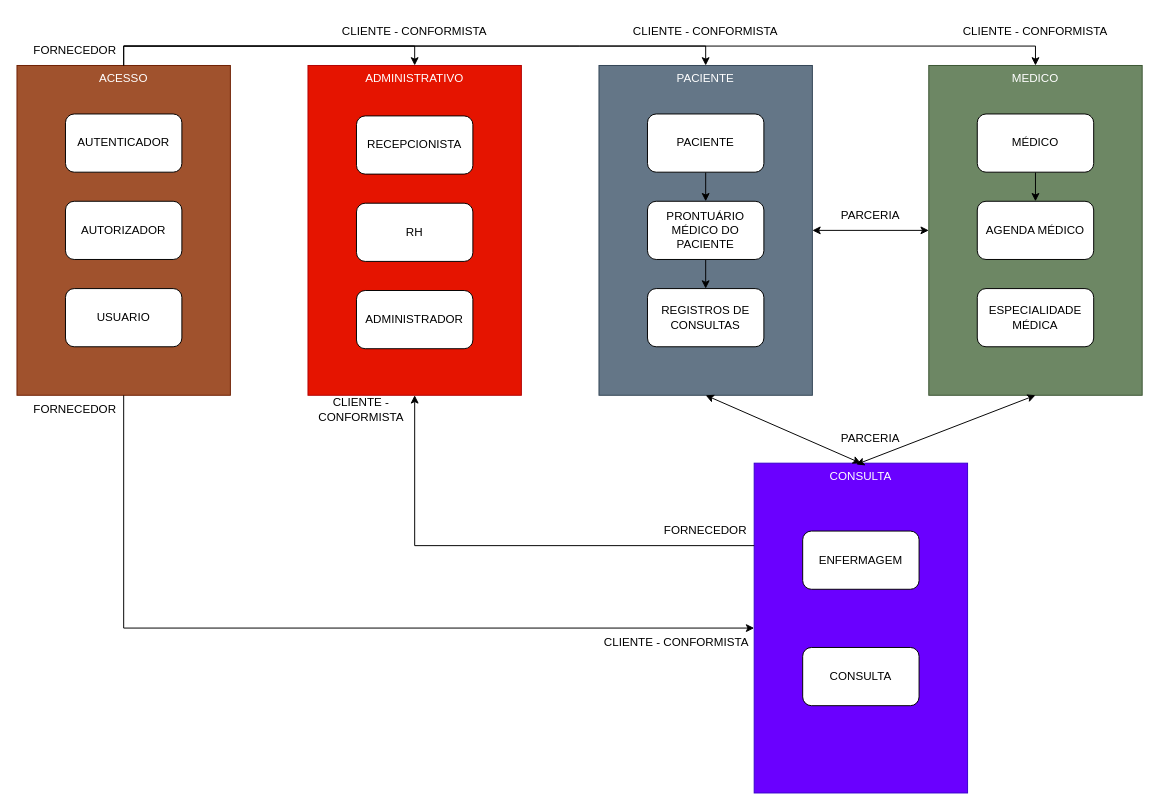
Earlier version of the draw.io diagram page "CONTEXTOS DELIMITADOS" (2 of 2) of documentacao/ddd/dddAloDoutor.drawio (AlexJussiani/AloDOutor). Source tidied: cells renumbered, new cells numbered last; positions are measured from the earlier drawing's top-left corner, leaving out a move shared by most shapes. Both pictures are drawn from the tidied source at 97%, with x=0, y=0 at pixel (16, 16).
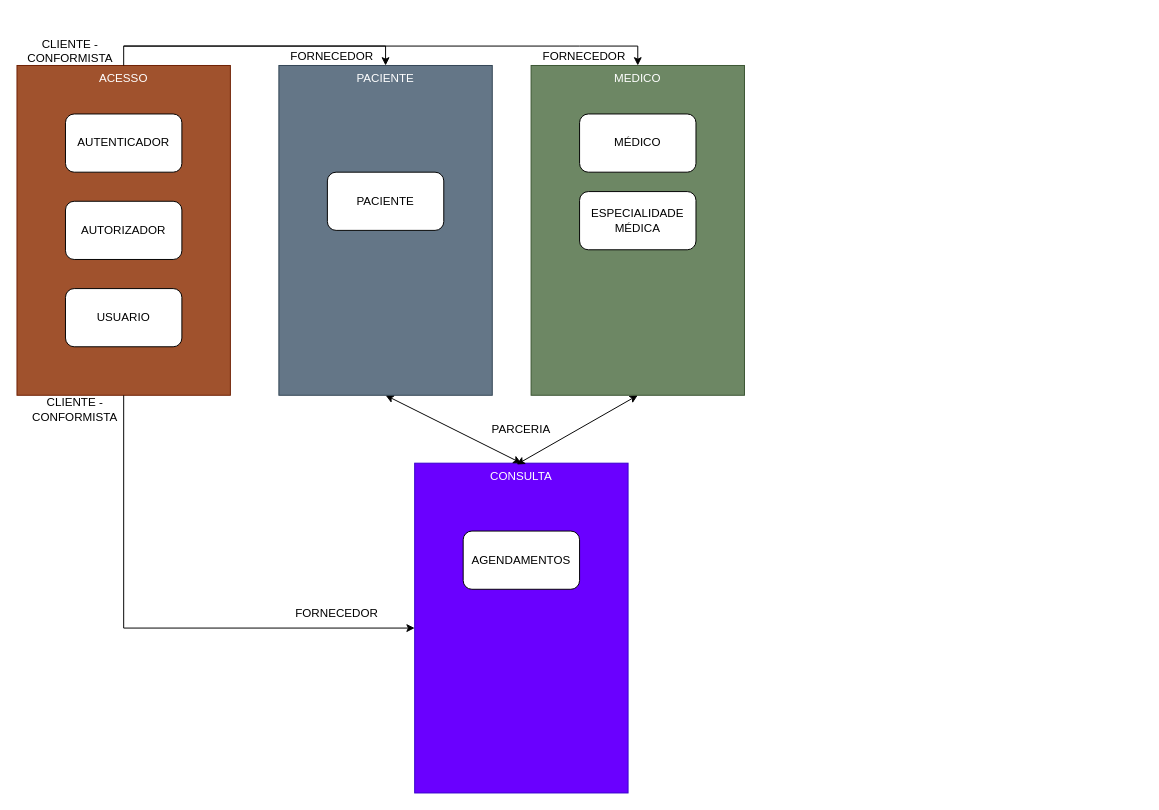
The same page after the edit.

The change refers to these unchanged cells:
```xml
<mxCell id="21" value="CONSULTA" style="rounded=0;whiteSpace=wrap;html=1;verticalAlign=top;fillColor=#6a00ff;strokeColor=#3700CC;fontColor=#ffffff;" parent="20" vertex="1">
  <mxGeometry width="220" height="340" as="geometry" />
</mxCell>
<mxCell id="25" value="ACESSO" style="rounded=0;whiteSpace=wrap;html=1;verticalAlign=top;fillColor=#a0522d;fontColor=#ffffff;strokeColor=#6D1F00;" parent="24" vertex="1">
  <mxGeometry width="220" height="340" as="geometry" />
</mxCell>
```

What changed in the source:
```diff
@@
-    <mxCell id="2" style="group;" parent="1" vertex="1">
-      <mxGeometry x="300" y="50" width="220" height="340" as="geometry" />
-    </mxCell>
-    <mxCell id="3" value="ADMINISTRATIVO" style="rounded=0;whiteSpace=wrap;html=1;verticalAlign=top;fillColor=#e51400;strokeColor=#B20000;fontColor=#ffffff;" parent="2" vertex="1">
-      <mxGeometry width="220" height="340" as="geometry" />
-    </mxCell>
-    <mxCell id="4" value="RH" style="rounded=1;whiteSpace=wrap;html=1;" parent="2" vertex="1">
-      <mxGeometry x="50" y="142" width="120" height="60" as="geometry" />
-    </mxCell>
-    <mxCell id="5" value="RECEPCIONISTA" style="rounded=1;whiteSpace=wrap;html=1;" parent="2" vertex="1">
-      <mxGeometry x="50" y="52" width="120" height="60" as="geometry" />
-    </mxCell>
-    <mxCell id="6" value="ADMINISTRADOR" style="rounded=1;whiteSpace=wrap;html=1;" parent="2" vertex="1">
-      <mxGeometry x="50" y="232" width="120" height="60" as="geometry" />
-    </mxCell>
-    <mxCell id="7" style="group;" parent="1" vertex="1">
-      <mxGeometry x="940" y="50" width="220" height="340" as="geometry" />
-    </mxCell>
-    <mxCell id="8" value="MEDICO" style="rounded=0;whiteSpace=wrap;html=1;verticalAlign=top;fillColor=#6d8764;strokeColor=#3A5431;fontColor=#ffffff;" parent="7" vertex="1">
-      <mxGeometry width="220" height="340" as="geometry" />
-    </mxCell>
-    <mxCell id="9" style="edgeStyle=orthogonalEdgeStyle;rounded=0;jettySize=auto;html=1;exitX=0.5;exitY=1;exitDx=0;exitDy=0;entryX=0.5;entryY=0;entryDx=0;entryDy=0;" parent="7" edge="1" source="10" target="11">
-      <mxGeometry relative="1" as="geometry" />
-    </mxCell>
-    <mxCell id="10" value="MÉDICO" style="rounded=1;whiteSpace=wrap;html=1;" parent="7" vertex="1">
-      <mxGeometry x="50" y="50" width="120" height="60" as="geometry" />
-    </mxCell>
-    <mxCell id="11" value="AGENDA MÉDICO" style="rounded=1;whiteSpace=wrap;html=1;" parent="7" vertex="1">
-      <mxGeometry x="50" y="140" width="120" height="60" as="geometry" />
-    </mxCell>
-    <mxCell id="12" value="ESPECIALIDADE MÉDICA" style="rounded=1;whiteSpace=wrap;html=1;" parent="7" vertex="1">
-      <mxGeometry x="50" y="230" width="120" height="60" as="geometry" />
-    </mxCell>
-    <mxCell id="13" style="group;" parent="1" vertex="1">
-      <mxGeometry x="600" y="50" width="220" height="340" as="geometry" />
-    </mxCell>
-    <mxCell id="14" value="PACIENTE" style="rounded=0;whiteSpace=wrap;html=1;verticalAlign=top;fillColor=#647687;fontColor=#ffffff;strokeColor=#314354;" parent="13" vertex="1">
-      <mxGeometry width="220" height="340" as="geometry" />
-    </mxCell>
-    <mxCell id="15" style="edgeStyle=orthogonalEdgeStyle;rounded=0;jettySize=auto;html=1;exitX=0.5;exitY=1;exitDx=0;exitDy=0;entryX=0.5;entryY=0;entryDx=0;entryDy=0;" parent="13" edge="1" source="16" target="18">
-      <mxGeometry relative="1" as="geometry" />
-    </mxCell>
-    <mxCell id="16" value="PACIENTE" style="rounded=1;whiteSpace=wrap;html=1;" parent="13" vertex="1">
-      <mxGeometry x="50" y="50" width="120" height="60" as="geometry" />
-    </mxCell>
-    <mxCell id="17" style="edgeStyle=orthogonalEdgeStyle;rounded=0;jettySize=auto;html=1;exitX=0.5;exitY=1;exitDx=0;exitDy=0;entryX=0.5;entryY=0;entryDx=0;entryDy=0;" parent="13" edge="1" source="18" target="19">
-      <mxGeometry relative="1" as="geometry" />
-    </mxCell>
-    <mxCell id="18" value="PRONTUÁRIO MÉDICO DO PACIENTE" style="rounded=1;whiteSpace=wrap;html=1;" parent="13" vertex="1">
-      <mxGeometry x="50" y="140" width="120" height="60" as="geometry" />
-    </mxCell>
-    <mxCell id="19" value="REGISTROS DE CONSULTAS" style="rounded=1;whiteSpace=wrap;html=1;" parent="13" vertex="1">
-      <mxGeometry x="50" y="230" width="120" height="60" as="geometry" />
-    </mxCell>
     <mxCell id="20" style="group;" parent="1" vertex="1">
-      <mxGeometry x="760" y="460" width="220" height="340" as="geometry" />
+      <mxGeometry x="410" y="460" width="220" height="340" as="geometry" />
     </mxCell>
@@
-    <mxCell id="22" value="ENFERMAGEM" style="rounded=1;whiteSpace=wrap;html=1;" parent="20" vertex="1">
+    <mxCell id="22" value="AGENDAMENTOS" style="rounded=1;whiteSpace=wrap;html=1;" parent="20" vertex="1">
       <mxGeometry x="50" y="70" width="120" height="60" as="geometry" />
     </mxCell>
-    <mxCell id="23" value="CONSULTA" style="rounded=1;whiteSpace=wrap;html=1;" parent="20" vertex="1">
-      <mxGeometry x="50" y="190" width="120" height="60" as="geometry" />
-    </mxCell>
@@
-    <mxCell id="29" style="edgeStyle=orthogonalEdgeStyle;rounded=0;jettySize=auto;html=1;exitX=0.5;exitY=0;exitDx=0;exitDy=0;entryX=0.5;entryY=0;entryDx=0;entryDy=0;" parent="1" edge="1" source="25" target="3">
-      <mxGeometry relative="1" as="geometry" />
-    </mxCell>
     <mxCell id="30" style="endArrow=classic;html=1;rounded=0;exitX=0.5;exitY=0;exitDx=0;exitDy=0;entryX=0.5;entryY=0;entryDx=0;entryDy=0;" parent="1" edge="1" source="25" target="8">
       <mxGeometry relative="1" as="geometry">
         <Array as="points">
           <mxPoint x="110" y="30" />
           <mxPoint x="580" y="30" />
-          <mxPoint x="1050" y="30" />
+          <mxPoint x="640" y="30" />
         </Array>
       </mxGeometry>
     </mxCell>
     <mxCell id="31" style="endArrow=classic;html=1;rounded=0;exitX=0.5;exitY=0;exitDx=0;exitDy=0;entryX=0.5;entryY=0;entryDx=0;entryDy=0;" parent="1" edge="1" target="14">
       <mxGeometry relative="1" as="geometry">
         <mxPoint x="110" y="30" as="sourcePoint" />
         <Array as="points">
-          <mxPoint x="710" y="30" />
+          <mxPoint x="380" y="30" />
         </Array>
       </mxGeometry>
     </mxCell>
-    <mxCell id="32" value="FORNECEDOR" style="text;html=1;strokeColor=none;fillColor=none;align=center;verticalAlign=middle;whiteSpace=wrap;rounded=0;" parent="1" vertex="1">
-      <mxGeometry x="30" y="20" width="60" height="30" as="geometry" />
+    <mxCell id="32" value="CLIENTE - CONFORMISTA" style="text;html=1;strokeColor=none;fillColor=none;align=center;verticalAlign=middle;whiteSpace=wrap;rounded=0;" parent="1" vertex="1">
+      <mxGeometry y="20" width="110" height="30" as="geometry" />
     </mxCell>
-    <mxCell id="33" value="CLIENTE - CONFORMISTA" style="text;html=1;strokeColor=none;fillColor=none;align=center;verticalAlign=middle;whiteSpace=wrap;rounded=0;" parent="1" vertex="1">
-      <mxGeometry x="300" width="220" height="30" as="geometry" />
-    </mxCell>
-    <mxCell id="34" value="CLIENTE - CONFORMISTA" style="text;html=1;strokeColor=none;fillColor=none;align=center;verticalAlign=middle;whiteSpace=wrap;rounded=0;" parent="1" vertex="1">
-      <mxGeometry x="600" width="220" height="30" as="geometry" />
+    <mxCell id="34" value="FORNECEDOR" style="text;html=1;strokeColor=none;fillColor=none;align=center;verticalAlign=middle;whiteSpace=wrap;rounded=0;" parent="1" vertex="1">
+      <mxGeometry x="270" y="26" width="110" height="30" as="geometry" />
     </mxCell>
-    <mxCell id="35" value="CLIENTE - CONFORMISTA" style="text;html=1;strokeColor=none;fillColor=none;align=center;verticalAlign=middle;whiteSpace=wrap;rounded=0;" parent="1" vertex="1">
-      <mxGeometry x="940" width="220" height="30" as="geometry" />
-    </mxCell>
-    <mxCell id="36" style="endArrow=classic;startArrow=classic;html=1;rounded=0;exitX=1;exitY=0.5;exitDx=0;exitDy=0;entryX=0;entryY=0.5;entryDx=0;entryDy=0;" parent="1" edge="1" source="14" target="8">
-      <mxGeometry relative="1" as="geometry" />
-    </mxCell>
-    <mxCell id="37" value="PARCERIA" style="text;html=1;strokeColor=none;fillColor=none;align=center;verticalAlign=middle;whiteSpace=wrap;rounded=0;" parent="1" vertex="1">
-      <mxGeometry x="820" y="190" width="120" height="30" as="geometry" />
-    </mxCell>
@@
     <mxCell id="40" value="PARCERIA" style="text;html=1;strokeColor=none;fillColor=none;align=center;verticalAlign=middle;whiteSpace=wrap;rounded=0;" parent="1" vertex="1">
-      <mxGeometry x="820" y="420" width="120" height="30" as="geometry" />
+      <mxGeometry x="460" y="410" width="120" height="30" as="geometry" />
     </mxCell>
@@
-    <mxCell id="42" value="FORNECEDOR" style="text;html=1;strokeColor=none;fillColor=none;align=center;verticalAlign=middle;whiteSpace=wrap;rounded=0;" parent="1" vertex="1">
+    <mxCell id="42" value="CLIENTE - CONFORMISTA" style="text;html=1;strokeColor=none;fillColor=none;align=center;verticalAlign=middle;whiteSpace=wrap;rounded=0;" parent="1" vertex="1">
       <mxGeometry x="30" y="390" width="60" height="30" as="geometry" />
     </mxCell>
-    <mxCell id="43" value="CLIENTE - CONFORMISTA" style="text;html=1;strokeColor=none;fillColor=none;align=center;verticalAlign=middle;whiteSpace=wrap;rounded=0;" parent="1" vertex="1">
-      <mxGeometry x="600" y="630" width="160" height="30" as="geometry" />
+    <mxCell id="43" value="FORNECEDOR" style="text;html=1;strokeColor=none;fillColor=none;align=center;verticalAlign=middle;whiteSpace=wrap;rounded=0;" parent="1" vertex="1">
+      <mxGeometry x="250" y="600" width="160" height="30" as="geometry" />
     </mxCell>
-    <mxCell id="44" style="endArrow=classic;html=1;rounded=0;exitX=0;exitY=0.25;exitDx=0;exitDy=0;entryX=0.5;entryY=1;entryDx=0;entryDy=0;" parent="1" edge="1" source="21" target="3">
-      <mxGeometry relative="1" as="geometry">
-        <Array as="points">
-          <mxPoint x="410" y="545" />
-        </Array>
-      </mxGeometry>
-    </mxCell>
-    <mxCell id="45" value="CLIENTE - CONFORMISTA" style="text;html=1;strokeColor=none;fillColor=none;align=center;verticalAlign=middle;whiteSpace=wrap;rounded=0;fontSize=12;" parent="1" vertex="1">
-      <mxGeometry x="300" y="390" width="110" height="30" as="geometry" />
-    </mxCell>
+    <mxCell id="14" value="PACIENTE" style="rounded=0;whiteSpace=wrap;html=1;verticalAlign=top;fillColor=#647687;fontColor=#ffffff;strokeColor=#314354;" parent="1" vertex="1">
+      <mxGeometry x="270" y="50" width="220" height="340" as="geometry" />
+    </mxCell>
+    <mxCell id="16" value="PACIENTE" style="rounded=1;whiteSpace=wrap;html=1;" parent="1" vertex="1">
+      <mxGeometry x="320" y="160" width="120" height="60" as="geometry" />
+    </mxCell>
+    <mxCell id="8" value="MEDICO" style="rounded=0;whiteSpace=wrap;html=1;verticalAlign=top;fillColor=#6d8764;strokeColor=#3A5431;fontColor=#ffffff;" parent="1" vertex="1">
+      <mxGeometry x="530" y="50" width="220" height="340" as="geometry" />
+    </mxCell>
+    <mxCell id="10" value="MÉDICO" style="rounded=1;whiteSpace=wrap;html=1;" parent="1" vertex="1">
+      <mxGeometry x="580" y="100" width="120" height="60" as="geometry" />
+    </mxCell>
+    <mxCell id="12" value="ESPECIALIDADE MÉDICA" style="rounded=1;whiteSpace=wrap;html=1;" parent="1" vertex="1">
+      <mxGeometry x="580" y="180" width="120" height="60" as="geometry" />
+    </mxCell>
     <mxCell id="46" value="FORNECEDOR" style="text;html=1;strokeColor=none;fillColor=none;align=center;verticalAlign=middle;whiteSpace=wrap;rounded=0;" parent="1" vertex="1">
-      <mxGeometry x="680" y="515" width="60" height="30" as="geometry" />
+      <mxGeometry x="530" y="26" width="110" height="30" as="geometry" />
     </mxCell>
```
